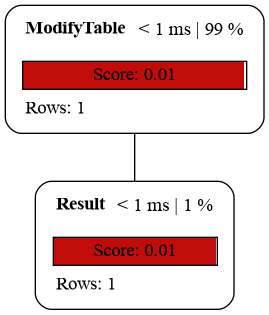
Earlier version of the Graphviz export examples/plan_trigger.png (sanpii/explain). Its source is kept beside it as examples/plan_trigger.dot.
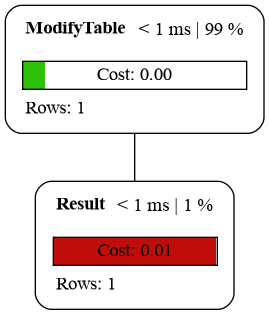
After the change.

The edit, as a diff of the source:
```diff
@@ -1,5 +1,5 @@
 graph explain {
-    node0[label=<<table border="0" cellborder="0" cellspacing="5"><tr><td align="left"><b>ModifyTable</b></td><td>&lt; 1 ms | 99 %</td></tr><tr><td colspan="2" align="left"></td></tr><tr><td colspan="2" border="1" bgcolor="#c10d0a;0.99:white">Score: 0.01</td></tr><tr><td colspan="2" align="left">Rows: 1</td></tr></table>>][style="rounded"][shape="box"];
-    node1[label=<<table border="0" cellborder="0" cellspacing="5"><tr><td align="left"><b>Result</b></td><td>&lt; 1 ms | 1 %</td></tr><tr><td colspan="2" align="left"></td></tr><tr><td colspan="2" border="1" bgcolor="#c10d0a;0.99:white">Score: 0.01</td></tr><tr><td colspan="2" align="left">Rows: 1</td></tr></table>>][style="rounded"][shape="box"];
+    node0[label=<<table border="0" cellborder="0" cellspacing="5"><tr><td align="left"><b>ModifyTable</b></td><td>&lt; 1 ms | 99 %</td></tr><tr><td colspan="2" align="left"></td></tr><tr><td colspan="2" border="1" bgcolor="#2ec10a;0.10:white">Cost: 0.00</td></tr><tr><td colspan="2" align="left">Rows: 1</td></tr></table>>][style="rounded"][shape="box"];
+    node1[label=<<table border="0" cellborder="0" cellspacing="5"><tr><td align="left"><b>Result</b></td><td>&lt; 1 ms | 1 %</td></tr><tr><td colspan="2" align="left"></td></tr><tr><td colspan="2" border="1" bgcolor="#c10d0a;0.99:white">Cost: 0.01</td></tr><tr><td colspan="2" align="left">Rows: 1</td></tr></table>>][style="rounded"][shape="box"];
     node0 -- node1[label=""];
 }
```
